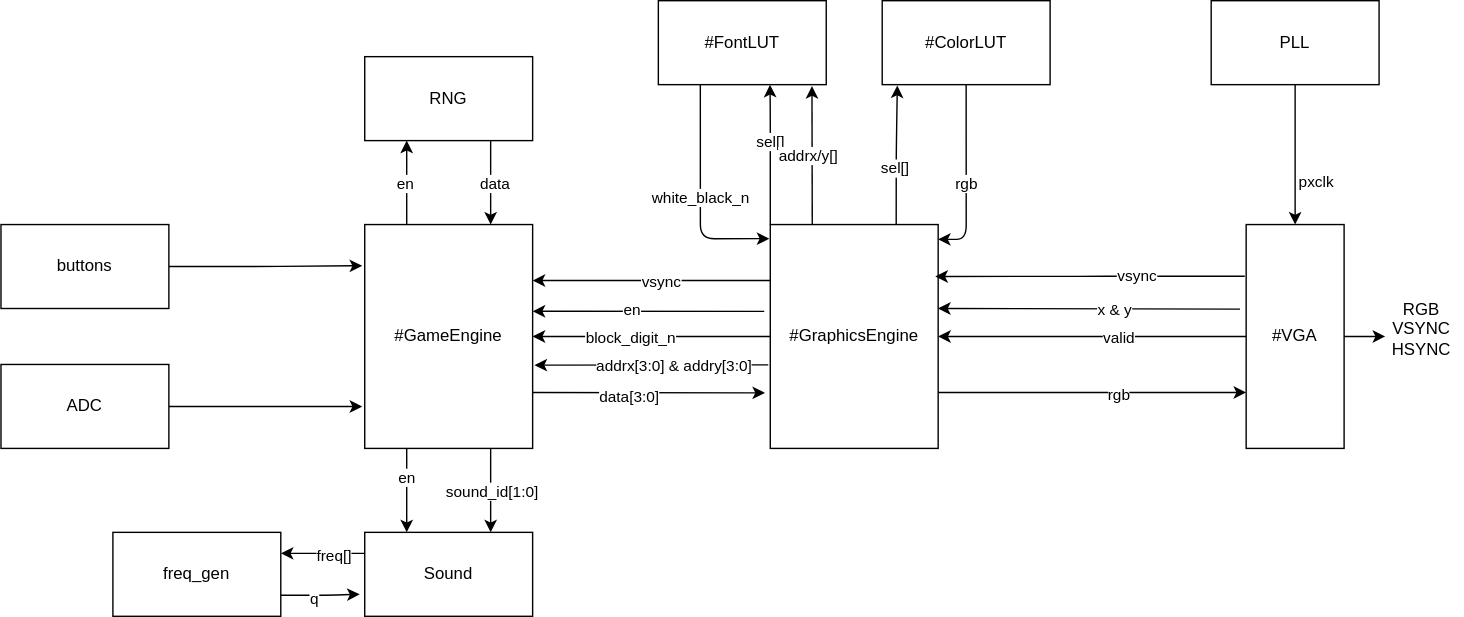
Above: docs/block_diagram.drawio.svg in g-proto-ece5730/FinalProject (draw.io), before the change. Source tidied: cells renumbered, new cells last; positions are measured from the earlier drawing's top-left corner, leaving out a move shared by most shapes.
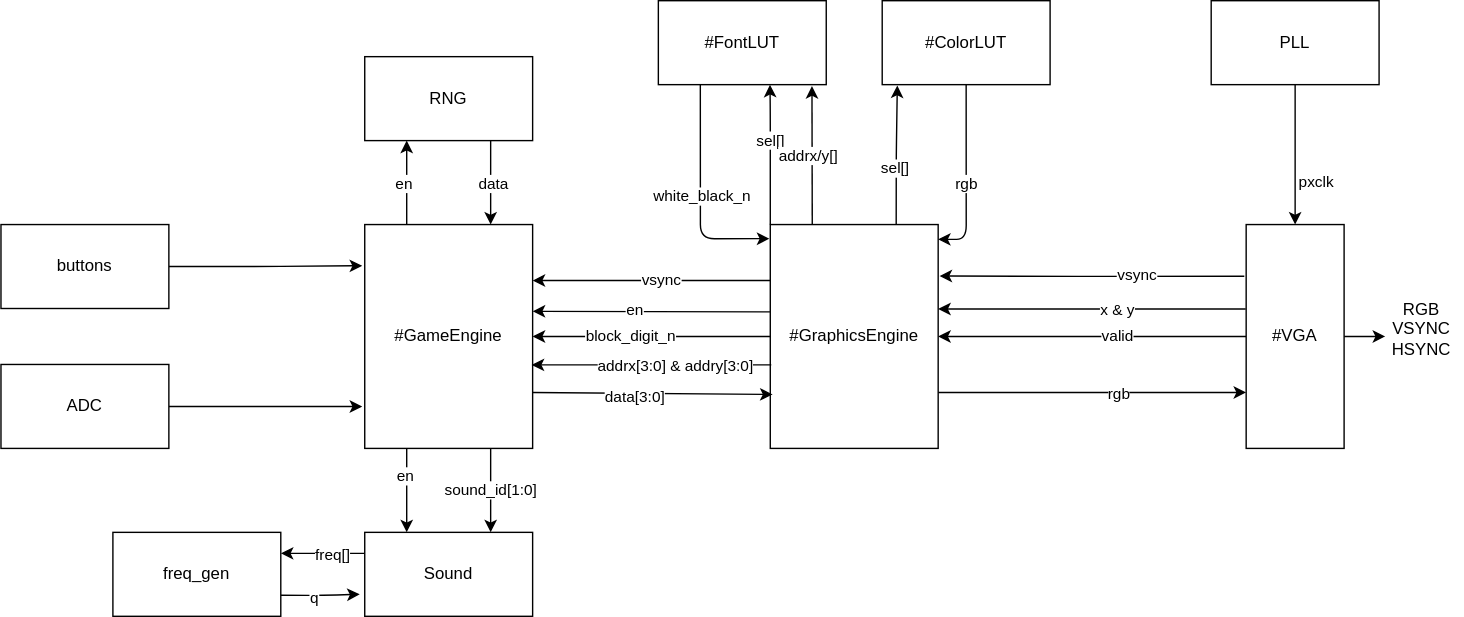
After the commit.

What changed in the source:
```diff
@@ -13,7 +13,7 @@
     <mxCell id="4" value="#GameEngine" style="rounded=0;whiteSpace=wrap;html=1;" parent="1" vertex="1">
       <mxGeometry x="260" y="160" width="120" height="160" as="geometry" />
     </mxCell>
-    <mxCell id="5" style="edgeStyle=orthogonalEdgeStyle;html=1;exitX=0;exitY=0.25;exitDx=0;exitDy=0;entryX=1;entryY=0.25;entryDx=0;entryDy=0;" parent="1" edge="1" source="19" target="4">
+    <mxCell id="5" style="edgeStyle=orthogonalEdgeStyle;html=1;entryX=1;entryY=0.25;entryDx=0;entryDy=0;exitX=0;exitY=0.25;exitDx=0;exitDy=0;" parent="1" edge="1" source="19" target="4">
       <mxGeometry relative="1" as="geometry" />
     </mxCell>
     <mxCell id="6" value="vsync" style="edgeLabel;html=1;align=center;verticalAlign=middle;" parent="5" vertex="1">
@@ -45,7 +45,7 @@
     <mxCell id="12" value="sel[]" style="edgeLabel;html=1;align=center;verticalAlign=middle;" parent="11" vertex="1">
       <mxGeometry x="-0.2" y="1" relative="1" as="geometry" />
     </mxCell>
-    <mxCell id="13" style="edgeStyle=orthogonalEdgeStyle;html=1;exitX=1;exitY=0.75;exitDx=0;exitDy=0;entryX=0;entryY=0.75;entryDx=0;entryDy=0;" parent="1" edge="1" source="19" target="28">
+    <mxCell id="13" style="edgeStyle=orthogonalEdgeStyle;html=1;entryX=0;entryY=0.75;entryDx=0;entryDy=0;exitX=1;exitY=0.75;exitDx=0;exitDy=0;" parent="1" edge="1" source="19" target="28">
       <mxGeometry relative="1" as="geometry" />
     </mxCell>
     <mxCell id="14" value="rgb" style="edgeLabel;html=1;align=center;verticalAlign=middle;" parent="13" vertex="1">
@@ -84,17 +84,15 @@
     <mxCell id="23" style="edgeStyle=none;html=1;exitX=1;exitY=0.5;exitDx=0;exitDy=0;entryX=0.073;entryY=0.6;entryDx=0;entryDy=0;entryPerimeter=0;startArrow=none;startFill=0;" parent="1" edge="1" source="28" target="29">
       <mxGeometry relative="1" as="geometry" />
     </mxCell>
-    <mxCell id="24" style="edgeStyle=orthogonalEdgeStyle;html=1;entryX=0.983;entryY=0.232;entryDx=0;entryDy=0;entryPerimeter=0;" parent="1" edge="1" target="19">
-      <mxGeometry relative="1" as="geometry">
-        <mxPoint x="889" y="197" as="sourcePoint" />
-      </mxGeometry>
+    <mxCell id="24" style="edgeStyle=orthogonalEdgeStyle;html=1;entryX=1.008;entryY=0.23;entryDx=0;entryDy=0;entryPerimeter=0;exitX=-0.019;exitY=0.231;exitDx=0;exitDy=0;exitPerimeter=0;" parent="1" edge="1" source="28" target="19">
+      <mxGeometry relative="1" as="geometry" />
     </mxCell>
     <mxCell id="25" value="vsync" style="edgeLabel;html=1;align=center;verticalAlign=middle;" parent="24" vertex="1">
       <mxGeometry x="0.15" y="-1" relative="1" as="geometry">
         <mxPoint x="49" as="offset" />
       </mxGeometry>
     </mxCell>
-    <mxCell id="26" style="edgeStyle=orthogonalEdgeStyle;html=1;exitX=0;exitY=0.5;exitDx=0;exitDy=0;" parent="1" edge="1" source="28" target="19">
+    <mxCell id="26" style="edgeStyle=orthogonalEdgeStyle;html=1;exitX=0;exitY=0.5;exitDx=0;exitDy=0;entryX=1;entryY=0.5;entryDx=0;entryDy=0;" parent="1" edge="1" source="28" target="19">
       <mxGeometry relative="1" as="geometry" />
     </mxCell>
     <mxCell id="27" value="valid" style="edgeLabel;html=1;align=center;verticalAlign=middle;" parent="26" vertex="1">
@@ -121,15 +119,17 @@
     <mxCell id="34" value="PLL" style="rounded=0;whiteSpace=wrap;html=1;" parent="1" vertex="1">
       <mxGeometry x="865" width="120" height="60" as="geometry" />
     </mxCell>
-    <mxCell id="35" style="endArrow=classic;html=1;entryX=1;entryY=0.5;entryDx=0;entryDy=0;exitX=0;exitY=0.5;exitDx=0;exitDy=0;" parent="1" edge="1" source="19" target="4">
-      <mxGeometry relative="1" as="geometry" />
+    <mxCell id="35" style="endArrow=classic;html=1;entryX=1;entryY=0.5;entryDx=0;entryDy=0;" parent="1" edge="1" target="4">
+      <mxGeometry relative="1" as="geometry">
+        <mxPoint x="550" y="240" as="sourcePoint" />
+      </mxGeometry>
     </mxCell>
     <mxCell id="36" value="block_digit_n" style="edgeLabel;html=1;align=center;verticalAlign=middle;" parent="35" vertex="1">
       <mxGeometry x="-0.89" y="2" relative="1" as="geometry">
         <mxPoint x="-91" y="-2" as="offset" />
       </mxGeometry>
     </mxCell>
-    <mxCell id="37" style="endArrow=classic;html=1;entryX=1.011;entryY=0.628;entryDx=0;entryDy=0;entryPerimeter=0;exitX=-0.012;exitY=0.627;exitDx=0;exitDy=0;exitPerimeter=0;" parent="1" edge="1" source="19" target="4">
+    <mxCell id="37" style="endArrow=classic;html=1;exitX=0.006;exitY=0.627;exitDx=0;exitDy=0;exitPerimeter=0;entryX=0.994;entryY=0.627;entryDx=0;entryDy=0;entryPerimeter=0;" parent="1" edge="1" source="19" target="4">
       <mxGeometry relative="1" as="geometry" />
     </mxCell>
     <mxCell id="38" value="addrx[3:0] &amp;amp; addry[3:0]" style="edgeLabel;html=1;align=center;verticalAlign=middle;" parent="37" vertex="1">
@@ -137,7 +137,7 @@
         <mxPoint x="-15" y="-1" as="offset" />
       </mxGeometry>
     </mxCell>
-    <mxCell id="39" style="endArrow=classic;html=1;exitX=1;exitY=0.75;exitDx=0;exitDy=0;entryX=-0.031;entryY=0.752;entryDx=0;entryDy=0;entryPerimeter=0;" parent="1" edge="1" source="4" target="19">
+    <mxCell id="39" style="endArrow=classic;html=1;exitX=1;exitY=0.75;exitDx=0;exitDy=0;entryX=0.014;entryY=0.759;entryDx=0;entryDy=0;entryPerimeter=0;" parent="1" edge="1" source="4" target="19">
       <mxGeometry relative="1" as="geometry" />
     </mxCell>
     <mxCell id="40" value="data[3:0]" style="edgeLabel;html=1;align=center;verticalAlign=middle;" parent="39" vertex="1">
@@ -145,7 +145,7 @@
         <mxPoint x="-24" as="offset" />
       </mxGeometry>
     </mxCell>
-    <mxCell id="41" style="endArrow=classic;html=1;exitX=-0.063;exitY=0.378;exitDx=0;exitDy=0;entryX=0.999;entryY=0.375;entryDx=0;entryDy=0;entryPerimeter=0;exitPerimeter=0;" parent="1" edge="1" source="28" target="19">
+    <mxCell id="41" style="endArrow=classic;html=1;exitX=-0.005;exitY=0.377;exitDx=0;exitDy=0;exitPerimeter=0;entryX=1;entryY=0.377;entryDx=0;entryDy=0;entryPerimeter=0;" parent="1" edge="1" source="28" target="19">
       <mxGeometry relative="1" as="geometry" />
     </mxCell>
     <mxCell id="42" value="x &amp;amp; y" style="edgeLabel;html=1;align=center;verticalAlign=middle;" parent="41" vertex="1">
@@ -183,7 +183,7 @@
     <mxCell id="52" value="Sound" style="rounded=0;whiteSpace=wrap;html=1;" parent="1" vertex="1">
       <mxGeometry x="260" y="380" width="120" height="60" as="geometry" />
     </mxCell>
-    <mxCell id="53" style="endArrow=classic;html=1;exitX=-0.036;exitY=0.388;exitDx=0;exitDy=0;exitPerimeter=0;" parent="1" edge="1" source="19">
+    <mxCell id="53" style="endArrow=classic;html=1;exitX=-0.002;exitY=0.39;exitDx=0;exitDy=0;exitPerimeter=0;" parent="1" edge="1" source="19">
       <mxGeometry relative="1" as="geometry">
         <mxPoint x="380" y="222" as="targetPoint" />
       </mxGeometry>
```
